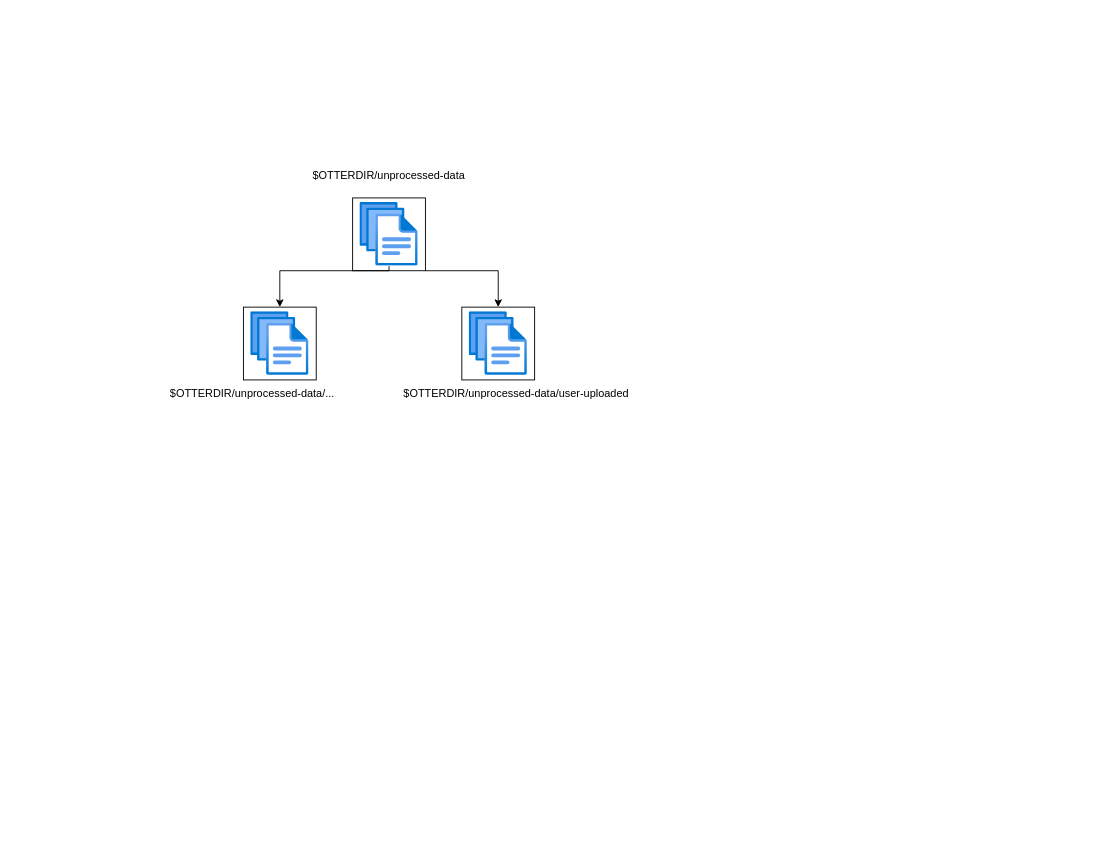
Before: data-life-cycle.drawio in astro-otter/otter_schema, a draw.io diagram. Source tidied: cells renumbered, new cells numbered last; positions are measured from the earlier drawing's top-left corner, leaving out a move shared by most shapes. Both pictures are drawn from the tidied source at 91%, with x=0, y=0 at pixel (152, 162).
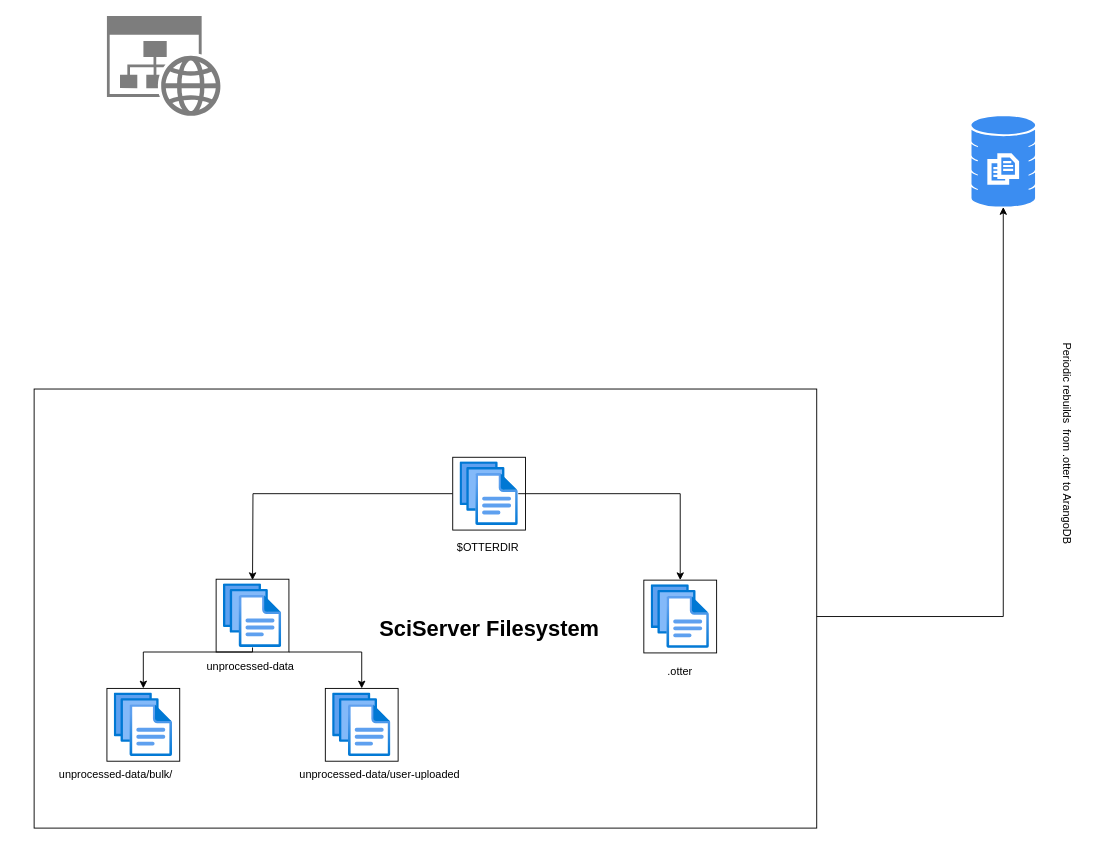
After the change.

Diff of the diagram source:
```diff
@@
+    <mxCell id="13" style="sketch=0;html=1;strokeColor=none;shadow=0;fillColor=#3B8DF1;verticalAlign=top;labelPosition=center;verticalLabelPosition=bottom;shape=mxgraph.gcp2.database_3;" parent="1" vertex="1">
+      <mxGeometry x="900" y="-51" width="70" height="100" as="geometry" />
+    </mxCell>
+    <mxCell id="14" style="sketch=0;shadow=0;dashed=0;html=1;strokeColor=none;labelPosition=center;verticalLabelPosition=bottom;verticalAlign=top;align=center;shape=mxgraph.mscae.enterprise.website_generic;fillColor=#7D7D7D;" parent="1" vertex="1">
+      <mxGeometry x="-50" y="-161" width="125" height="110" as="geometry" />
+    </mxCell>
+    <mxCell id="15" style="edgeStyle=orthogonalEdgeStyle;rounded=0;jettySize=auto;html=1;" parent="1" edge="1" source="26" target="13">
+      <mxGeometry relative="1" as="geometry" />
+    </mxCell>
+    <mxCell id="16" value="Periodic rebuilds&amp;nbsp; from .otter to ArangoDB" style="text;html=1;align=center;verticalAlign=middle;whiteSpace=wrap;rounded=0;rotation=90;" parent="1" vertex="1">
+      <mxGeometry x="870" y="274" width="270" height="70" as="geometry" />
+    </mxCell>
+    <mxCell id="17" style="group;" parent="1" vertex="1">
+      <mxGeometry x="-150" y="249" width="880" height="482.5" as="geometry" />
+    </mxCell>
+    <mxCell id="18" style="rounded=0;whiteSpace=wrap;html=1;fillColor=light-dark(#FFFFFF,#003366);" parent="17" vertex="1">
+      <mxGeometry x="20" width="860" height="482.5" as="geometry" />
+    </mxCell>
+    <mxCell id="19" style="group;" parent="17" vertex="1">
+      <mxGeometry y="170" width="570" height="269" as="geometry" />
+    </mxCell>
-    <mxCell id="2" style="edgeStyle=orthogonalEdgeStyle;rounded=0;jettySize=auto;html=1;entryX=0.5;entryY=0;entryDx=0;entryDy=0;" parent="1" edge="1" source="3" target="9">
+    <mxCell id="2" style="edgeStyle=orthogonalEdgeStyle;rounded=0;jettySize=auto;html=1;entryX=0.5;entryY=0;entryDx=0;entryDy=0;" parent="19" edge="1" source="3" target="9">
       <mxGeometry relative="1" as="geometry">
         <Array as="points">
           <mxPoint x="380" y="119" />
         </Array>
       </mxGeometry>
     </mxCell>
-    <mxCell id="3" style="whiteSpace=wrap;html=1;" parent="1" vertex="1">
+    <mxCell id="3" style="whiteSpace=wrap;html=1;" parent="19" vertex="1">
       <mxGeometry x="220" y="39" width="80" height="80" as="geometry" />
     </mxCell>
-    <mxCell id="4" style="edgeStyle=orthogonalEdgeStyle;rounded=0;jettySize=auto;html=1;entryX=0.5;entryY=0;entryDx=0;entryDy=0;" parent="1" edge="1" source="5" target="7">
+    <mxCell id="4" style="edgeStyle=orthogonalEdgeStyle;rounded=0;jettySize=auto;html=1;entryX=0.5;entryY=0;entryDx=0;entryDy=0;" parent="19" edge="1" source="5" target="7">
       <mxGeometry relative="1" as="geometry">
         <Array as="points">
           <mxPoint x="260" y="119" />
           <mxPoint x="140" y="119" />
         </Array>
       </mxGeometry>
     </mxCell>
-    <mxCell id="5" style="image;html=1;points=[];align=center;fontSize=12;image=img/lib/azure2/general/Files.svg;" parent="1" vertex="1">
+    <mxCell id="5" style="image;html=1;points=[];align=center;fontSize=12;image=img/lib/azure2/general/Files.svg;" parent="19" vertex="1">
       <mxGeometry x="228" y="44" width="64" height="70" as="geometry" />
     </mxCell>
-    <mxCell id="6" value="$OTTERDIR/unprocessed-data" style="text;strokeColor=none;align=center;fillColor=none;html=1;verticalAlign=middle;whiteSpace=wrap;rounded=0;" parent="1" vertex="1">
-      <mxGeometry x="170" width="180" height="30" as="geometry" />
+    <mxCell id="6" value="unprocessed-data" style="text;strokeColor=none;align=center;fillColor=none;html=1;verticalAlign=middle;whiteSpace=wrap;rounded=0;" parent="19" vertex="1">
+      <mxGeometry x="168" y="119.5" width="180" height="30" as="geometry" />
     </mxCell>
-    <mxCell id="7" style="whiteSpace=wrap;html=1;" parent="1" vertex="1">
+    <mxCell id="7" style="whiteSpace=wrap;html=1;" parent="19" vertex="1">
       <mxGeometry x="100" y="159" width="80" height="80" as="geometry" />
     </mxCell>
-    <mxCell id="8" style="image;html=1;align=center;fontSize=12;image=img/lib/azure2/general/Files.svg;" parent="1" vertex="1">
+    <mxCell id="8" style="image;html=1;align=center;fontSize=12;image=img/lib/azure2/general/Files.svg;" parent="19" vertex="1">
       <mxGeometry x="108" y="164" width="64" height="70" as="geometry" />
     </mxCell>
-    <mxCell id="9" style="whiteSpace=wrap;html=1;" parent="1" vertex="1">
+    <mxCell id="9" style="whiteSpace=wrap;html=1;" parent="19" vertex="1">
       <mxGeometry x="340" y="159" width="80" height="80" as="geometry" />
     </mxCell>
-    <mxCell id="10" style="image;html=1;align=center;fontSize=12;image=img/lib/azure2/general/Files.svg;" parent="1" vertex="1">
+    <mxCell id="10" style="image;html=1;align=center;fontSize=12;image=img/lib/azure2/general/Files.svg;" parent="19" vertex="1">
       <mxGeometry x="348" y="164" width="64" height="70" as="geometry" />
     </mxCell>
-    <mxCell id="11" value="$OTTERDIR/unprocessed-data/..." style="text;strokeColor=none;align=center;fillColor=none;html=1;verticalAlign=middle;whiteSpace=wrap;rounded=0;" parent="1" vertex="1">
+    <mxCell id="11" value="unprocessed-data/bulk/" style="text;strokeColor=none;align=center;fillColor=none;html=1;verticalAlign=middle;whiteSpace=wrap;rounded=0;" parent="19" vertex="1">
       <mxGeometry y="239" width="220" height="30" as="geometry" />
     </mxCell>
-    <mxCell id="12" value="$OTTERDIR/unprocessed-data/user-uploaded" style="text;strokeColor=none;align=center;fillColor=none;html=1;verticalAlign=middle;whiteSpace=wrap;rounded=0;" parent="1" vertex="1">
+    <mxCell id="12" value="unprocessed-data/user-uploaded" style="text;strokeColor=none;align=center;fillColor=none;html=1;verticalAlign=middle;whiteSpace=wrap;rounded=0;" parent="19" vertex="1">
       <mxGeometry x="270" y="239" width="260" height="30" as="geometry" />
     </mxCell>
+    <mxCell id="20" value="SciServer Filesystem" style="text;strokeColor=none;fillColor=none;html=1;fontSize=24;fontStyle=1;verticalAlign=middle;align=center;" parent="19" vertex="1">
+      <mxGeometry x="470" y="74" width="100" height="40" as="geometry" />
+    </mxCell>
+    <mxCell id="21" style="edgeStyle=orthogonalEdgeStyle;rounded=0;jettySize=auto;html=1;" parent="17" edge="1" source="22">
+      <mxGeometry relative="1" as="geometry">
+        <mxPoint x="260" y="210" as="targetPoint" />
+      </mxGeometry>
+    </mxCell>
+    <mxCell id="22" style="whiteSpace=wrap;html=1;" parent="17" vertex="1">
+      <mxGeometry x="480" y="75" width="80" height="80" as="geometry" />
+    </mxCell>
+    <mxCell id="23" style="edgeStyle=orthogonalEdgeStyle;rounded=0;jettySize=auto;html=1;entryX=0.5;entryY=0;entryDx=0;entryDy=0;" parent="17" edge="1" source="24" target="25">
+      <mxGeometry relative="1" as="geometry" />
+    </mxCell>
+    <mxCell id="24" style="image;html=1;points=[];align=center;fontSize=12;image=img/lib/azure2/general/Files.svg;" parent="17" vertex="1">
+      <mxGeometry x="488" y="80" width="64" height="70" as="geometry" />
+    </mxCell>
+    <mxCell id="25" style="whiteSpace=wrap;html=1;" parent="17" vertex="1">
+      <mxGeometry x="690" y="210" width="80" height="80" as="geometry" />
+    </mxCell>
+    <mxCell id="26" style="image;html=1;points=[];align=center;fontSize=12;image=img/lib/azure2/general/Files.svg;" parent="17" vertex="1">
+      <mxGeometry x="698" y="215" width="64" height="70" as="geometry" />
+    </mxCell>
+    <mxCell id="27" value=".otter" style="text;strokeColor=none;align=center;fillColor=none;html=1;verticalAlign=middle;whiteSpace=wrap;rounded=0;" parent="17" vertex="1">
+      <mxGeometry x="640" y="295.5" width="180" height="30" as="geometry" />
+    </mxCell>
+    <mxCell id="28" value="$OTTERDIR" style="text;strokeColor=none;align=center;fillColor=none;html=1;verticalAlign=middle;whiteSpace=wrap;rounded=0;" parent="17" vertex="1">
+      <mxGeometry x="429" y="160" width="180" height="30" as="geometry" />
+    </mxCell>
```
